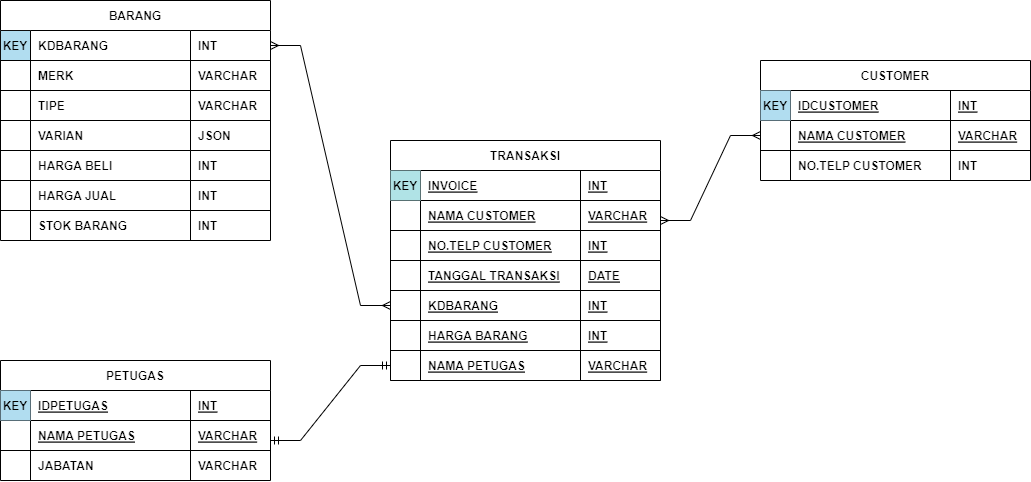
Above: database.drawio.png in MountZ1/PR_PenjualanHandPhone_ArdiSaputraTIP-21.2 (draw.io), before the change. Source tidied: cells renumbered, new cells last; positions are measured from the earlier drawing's top-left corner, leaving out a move shared by most shapes.
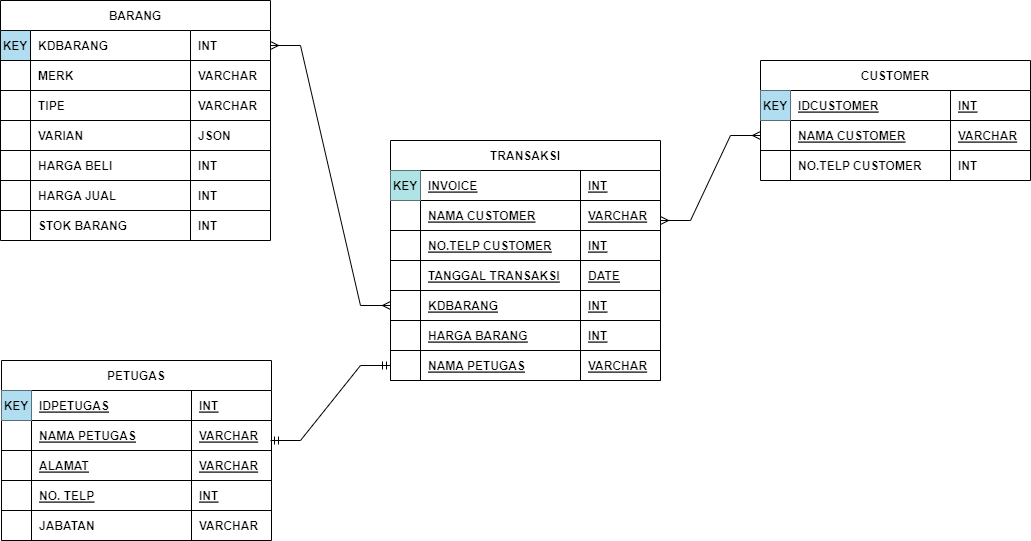
Above is the later version.

Diff of the diagram source:
```diff
@@ -3,7 +3,7 @@
     <mxCell id="0" />
     <mxCell id="1" parent="0" />
     <mxCell id="2" value="PETUGAS" style="shape=table;startSize=30;rowLines=0;align=center;fontStyle=1;" parent="1" vertex="1">
-      <mxGeometry y="360" width="270" height="120" as="geometry" />
+      <mxGeometry x="1" y="360" width="270" height="180" as="geometry" />
     </mxCell>
     <mxCell id="3" style="shape=partialRectangle;fillColor=none;top=0;left=0;right=0;bottom=1;" parent="2" vertex="1">
       <mxGeometry y="30" width="270" height="30" as="geometry" />
@@ -29,8 +29,32 @@
     <mxCell id="10" value="VARCHAR" style="shape=partialRectangle;overflow=hidden;fillColor=none;top=0;left=0;bottom=0;right=0;align=left;spacingLeft=6;fontStyle=5;" parent="7" vertex="1">
       <mxGeometry x="190" width="80" height="30" as="geometry" />
     </mxCell>
+    <mxCell id="89" style="shape=partialRectangle;fillColor=none;top=0;left=0;right=0;bottom=1;" parent="2" vertex="1">
+      <mxGeometry y="90" width="270" height="30" as="geometry" />
+    </mxCell>
+    <mxCell id="90" style="shape=partialRectangle;overflow=hidden;fillColor=none;top=0;left=0;bottom=0;right=0;fontStyle=1;" parent="89" vertex="1">
+      <mxGeometry width="30" height="30" as="geometry" />
+    </mxCell>
+    <mxCell id="91" value="ALAMAT" style="shape=partialRectangle;overflow=hidden;fillColor=none;top=0;left=0;bottom=0;right=0;align=left;spacingLeft=6;fontStyle=5;" parent="89" vertex="1">
+      <mxGeometry x="30" width="160" height="30" as="geometry" />
+    </mxCell>
+    <mxCell id="92" value="VARCHAR" style="shape=partialRectangle;overflow=hidden;fillColor=none;top=0;left=0;bottom=0;right=0;align=left;spacingLeft=6;fontStyle=5;" parent="89" vertex="1">
+      <mxGeometry x="190" width="80" height="30" as="geometry" />
+    </mxCell>
+    <mxCell id="93" style="shape=partialRectangle;fillColor=none;top=0;left=0;right=0;bottom=1;" parent="2" vertex="1">
+      <mxGeometry y="120" width="270" height="30" as="geometry" />
+    </mxCell>
+    <mxCell id="94" style="shape=partialRectangle;overflow=hidden;fillColor=none;top=0;left=0;bottom=0;right=0;fontStyle=1;" parent="93" vertex="1">
+      <mxGeometry width="30" height="30" as="geometry" />
+    </mxCell>
+    <mxCell id="95" value="NO. TELP" style="shape=partialRectangle;overflow=hidden;fillColor=none;top=0;left=0;bottom=0;right=0;align=left;spacingLeft=6;fontStyle=5;" parent="93" vertex="1">
+      <mxGeometry x="30" width="160" height="30" as="geometry" />
+    </mxCell>
+    <mxCell id="96" value="INT" style="shape=partialRectangle;overflow=hidden;fillColor=none;top=0;left=0;bottom=0;right=0;align=left;spacingLeft=6;fontStyle=5;" parent="93" vertex="1">
+      <mxGeometry x="190" width="80" height="30" as="geometry" />
+    </mxCell>
     <mxCell id="11" style="shape=partialRectangle;fillColor=none;top=0;left=0;right=0;bottom=0;" parent="2" vertex="1">
-      <mxGeometry y="90" width="270" height="30" as="geometry" />
+      <mxGeometry y="150" width="270" height="30" as="geometry" />
     </mxCell>
     <mxCell id="12" style="shape=partialRectangle;overflow=hidden;fillColor=none;top=0;left=0;bottom=0;right=0;" parent="11" vertex="1">
       <mxGeometry width="30" height="30" as="geometry" />
```
